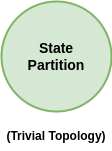
umbralcalc/umbralcalc.github.io keeps this draw.io diagram as assets/dexetera/dexetera-simple-state-partition-graph.drawio.png. Above is the earlier version. Source tidied: cells renumbered, new cells last; positions are measured from the earlier drawing's top-left corner, leaving out a move shared by most shapes. Source of this version:
```xml
<mxGraphModel>
  <root>
    <mxCell id="0" />
    <mxCell id="1" parent="0" />
    <mxCell id="2" value="&lt;b style=&quot;&quot;&gt;&lt;font style=&quot;font-size: 14px;&quot; face=&quot;Helvetica&quot;&gt;State&lt;br&gt;Partition&lt;/font&gt;&lt;/b&gt;" style="ellipse;whiteSpace=wrap;html=1;fillColor=#d5e8d4;strokeColor=#82b366;strokeWidth=2;" parent="1" vertex="1">
      <mxGeometry width="110" height="110" as="geometry" />
    </mxCell>
    <mxCell id="3" value="&lt;b&gt;(Trivial Topology)&lt;/b&gt;" style="text;html=1;strokeColor=none;fillColor=none;align=center;verticalAlign=middle;whiteSpace=wrap;rounded=0;" parent="1" vertex="1">
      <mxGeometry y="120" width="110" height="30" as="geometry" />
    </mxCell>
  </root>
</mxGraphModel>
```
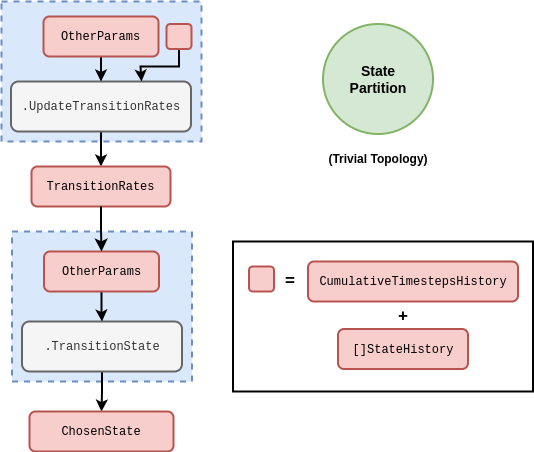
Above is the later version.

What changed in the source:
```diff
@@ -8,5 +8,75 @@
     <mxCell id="3" value="&lt;b&gt;(Trivial Topology)&lt;/b&gt;" style="text;html=1;strokeColor=none;fillColor=none;align=center;verticalAlign=middle;whiteSpace=wrap;rounded=0;" parent="1" vertex="1">
       <mxGeometry y="120" width="110" height="30" as="geometry" />
     </mxCell>
+    <mxCell id="4" style="rounded=0;whiteSpace=wrap;html=1;dashed=1;strokeWidth=2;fillColor=#dae8fc;strokeColor=#6c8ebf;" parent="1" vertex="1">
+      <mxGeometry x="-321.5" y="-22.5" width="200" height="140" as="geometry" />
+    </mxCell>
+    <mxCell id="5" style="edgeStyle=orthogonalEdgeStyle;rounded=0;jettySize=auto;html=1;strokeWidth=2;" parent="1" edge="1" source="6" target="7">
+      <mxGeometry relative="1" as="geometry" />
+    </mxCell>
+    <mxCell id="6" value="&lt;font face=&quot;Courier New&quot;&gt;.UpdateTransitionRates&lt;/font&gt;" style="rounded=1;whiteSpace=wrap;html=1;strokeWidth=2;fillColor=#f5f5f5;fontColor=#333333;strokeColor=#666666;" parent="1" vertex="1">
+      <mxGeometry x="-312" y="57.5" width="180" height="50" as="geometry" />
+    </mxCell>
+    <mxCell id="7" value="&lt;font face=&quot;Courier New&quot;&gt;TransitionRates&lt;/font&gt;" style="rounded=1;whiteSpace=wrap;html=1;strokeWidth=2;fillColor=#f8cecc;strokeColor=#b85450;" parent="1" vertex="1">
+      <mxGeometry x="-291.5" y="142.5" width="139" height="40" as="geometry" />
+    </mxCell>
+    <mxCell id="8" style="edgeStyle=orthogonalEdgeStyle;rounded=0;jettySize=auto;html=1;entryX=0.5;entryY=0;entryDx=0;entryDy=0;strokeWidth=2;" parent="1" edge="1" source="9" target="6">
+      <mxGeometry relative="1" as="geometry" />
+    </mxCell>
+    <mxCell id="9" value="&lt;font face=&quot;Courier New&quot;&gt;OtherParams&lt;/font&gt;" style="rounded=1;whiteSpace=wrap;html=1;strokeWidth=2;fillColor=#f8cecc;strokeColor=#b85450;" parent="1" vertex="1">
+      <mxGeometry x="-279.5" y="-7.5" width="115" height="40" as="geometry" />
+    </mxCell>
+    <mxCell id="10" style="rounded=0;whiteSpace=wrap;html=1;dashed=1;strokeWidth=2;fillColor=#dae8fc;strokeColor=#6c8ebf;" parent="1" vertex="1">
+      <mxGeometry x="-311" y="207.5" width="180" height="150" as="geometry" />
+    </mxCell>
+    <mxCell id="11" style="edgeStyle=orthogonalEdgeStyle;rounded=0;jettySize=auto;html=1;entryX=0.5;entryY=0;entryDx=0;entryDy=0;strokeWidth=2;" parent="1" edge="1" source="12" target="15">
+      <mxGeometry relative="1" as="geometry" />
+    </mxCell>
+    <mxCell id="12" value="&lt;font face=&quot;Courier New&quot;&gt;.TransitionState&lt;/font&gt;" style="rounded=1;whiteSpace=wrap;html=1;strokeWidth=2;fillColor=#f5f5f5;fontColor=#333333;strokeColor=#666666;" parent="1" vertex="1">
+      <mxGeometry x="-301" y="297.5" width="160" height="50" as="geometry" />
+    </mxCell>
+    <mxCell id="13" style="edgeStyle=orthogonalEdgeStyle;rounded=0;jettySize=auto;html=1;strokeWidth=2;" parent="1" edge="1" source="14" target="12">
+      <mxGeometry relative="1" as="geometry" />
+    </mxCell>
+    <mxCell id="14" value="&lt;font face=&quot;Courier New&quot;&gt;OtherParams&lt;/font&gt;" style="rounded=1;whiteSpace=wrap;html=1;strokeWidth=2;fillColor=#f8cecc;strokeColor=#b85450;" parent="1" vertex="1">
+      <mxGeometry x="-279" y="227.5" width="115" height="40" as="geometry" />
+    </mxCell>
+    <mxCell id="15" value="&lt;font face=&quot;Courier New&quot;&gt;ChosenState&lt;/font&gt;" style="rounded=1;whiteSpace=wrap;html=1;strokeWidth=2;fillColor=#f8cecc;strokeColor=#b85450;" parent="1" vertex="1">
+      <mxGeometry x="-293.5" y="387.5" width="144" height="40" as="geometry" />
+    </mxCell>
+    <mxCell id="16" style="edgeStyle=orthogonalEdgeStyle;rounded=0;jettySize=auto;html=1;endSize=7;strokeWidth=2;" parent="1" edge="1" source="7" target="14">
+      <mxGeometry relative="1" as="geometry" />
+    </mxCell>
+    <mxCell id="17" style="edgeStyle=orthogonalEdgeStyle;rounded=0;jettySize=auto;html=1;entryX=0.75;entryY=0;entryDx=0;entryDy=0;strokeWidth=2;" parent="1" edge="1" source="18">
+      <mxGeometry relative="1" as="geometry">
+        <mxPoint x="-181.5" y="57.5" as="targetPoint" />
+        <Array as="points">
+          <mxPoint x="-144.5" y="42.5" />
+          <mxPoint x="-182.5" y="42.5" />
+          <mxPoint x="-182.5" y="57.5" />
+        </Array>
+      </mxGeometry>
+    </mxCell>
+    <mxCell id="18" style="rounded=1;whiteSpace=wrap;html=1;strokeWidth=2;fillColor=#f8cecc;strokeColor=#b85450;" parent="1" vertex="1">
+      <mxGeometry x="-156.5" width="25" height="25" as="geometry" />
+    </mxCell>
+    <mxCell id="19" style="rounded=0;whiteSpace=wrap;html=1;strokeWidth=2;" parent="1" vertex="1">
+      <mxGeometry x="-90" y="217.5" width="300" height="150" as="geometry" />
+    </mxCell>
+    <mxCell id="20" value="&lt;font face=&quot;Courier New&quot;&gt;[]StateHistory&lt;/font&gt;" style="rounded=1;whiteSpace=wrap;html=1;strokeWidth=2;fillColor=#f8cecc;strokeColor=#b85450;" parent="1" vertex="1">
+      <mxGeometry x="15" y="305" width="130" height="40" as="geometry" />
+    </mxCell>
+    <mxCell id="21" value="&lt;font face=&quot;Courier New&quot;&gt;CumulativeTimestepsHistory&lt;/font&gt;" style="rounded=1;whiteSpace=wrap;html=1;strokeWidth=2;fillColor=#f8cecc;strokeColor=#b85450;" parent="1" vertex="1">
+      <mxGeometry x="-15" y="237.5" width="210" height="40" as="geometry" />
+    </mxCell>
+    <mxCell id="22" style="rounded=1;whiteSpace=wrap;html=1;strokeWidth=2;fillColor=#f8cecc;strokeColor=#b85450;" parent="1" vertex="1">
+      <mxGeometry x="-74" y="242.5" width="25" height="25" as="geometry" />
+    </mxCell>
+    <mxCell id="23" value="&lt;b&gt;&lt;font style=&quot;font-size: 17px;&quot;&gt;=&lt;/font&gt;&lt;/b&gt;" style="text;html=1;align=center;verticalAlign=middle;whiteSpace=wrap;rounded=0;" parent="1" vertex="1">
+      <mxGeometry x="-45" y="242.5" width="24" height="30" as="geometry" />
+    </mxCell>
+    <mxCell id="24" value="&lt;b&gt;&lt;font style=&quot;font-size: 17px;&quot;&gt;+&lt;/font&gt;&lt;/b&gt;" style="text;html=1;align=center;verticalAlign=middle;whiteSpace=wrap;rounded=0;" parent="1" vertex="1">
+      <mxGeometry x="50" y="277.5" width="60" height="30" as="geometry" />
+    </mxCell>
   </root>
 </mxGraphModel>
```
